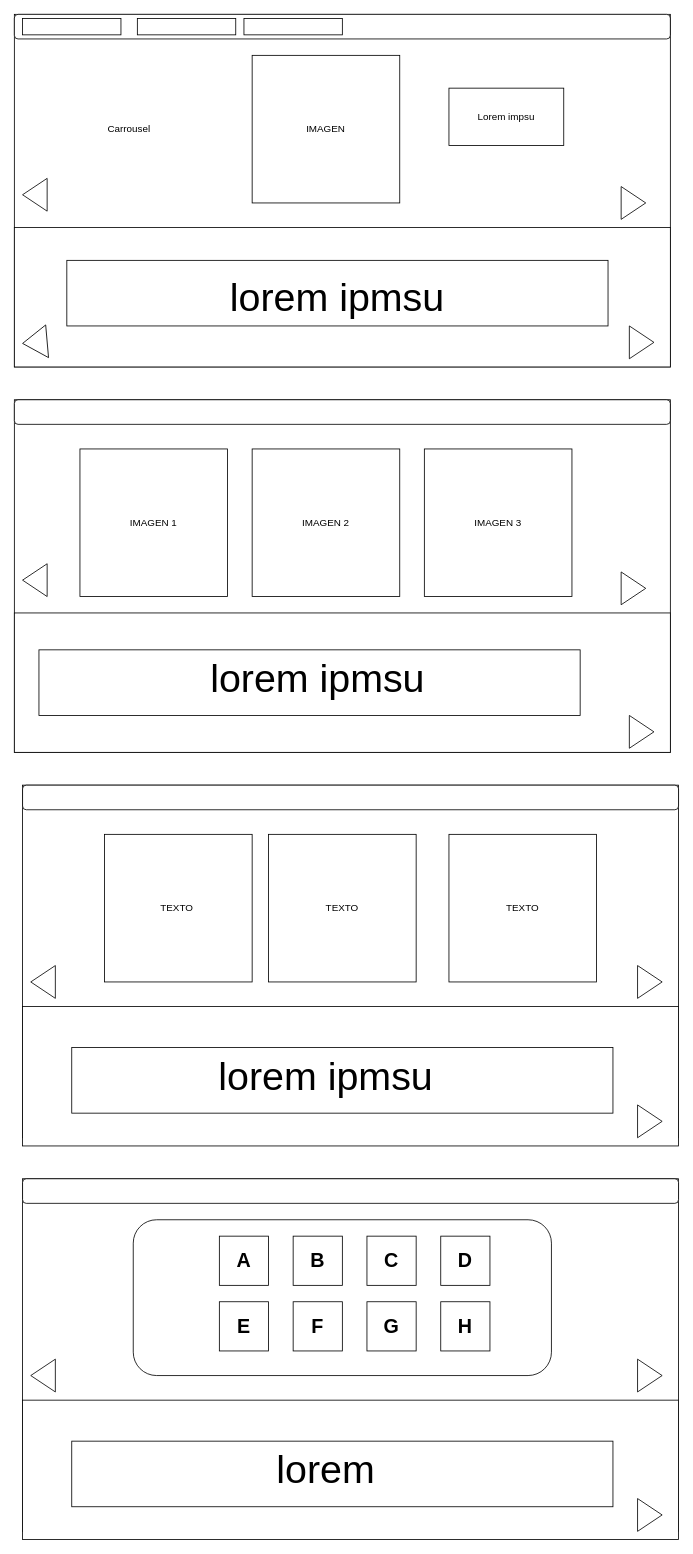
Above: Design/RPM APP Design.drawio in ssalanitri/TouchLearn (draw.io), before the change. Source tidied: cells renumbered, new cells numbered last; positions are measured from the earlier drawing's top-left corner, leaving out a move shared by most shapes. Both pictures are drawn from the tidied source at 82%, with x=0, y=0 at pixel (14, 14).
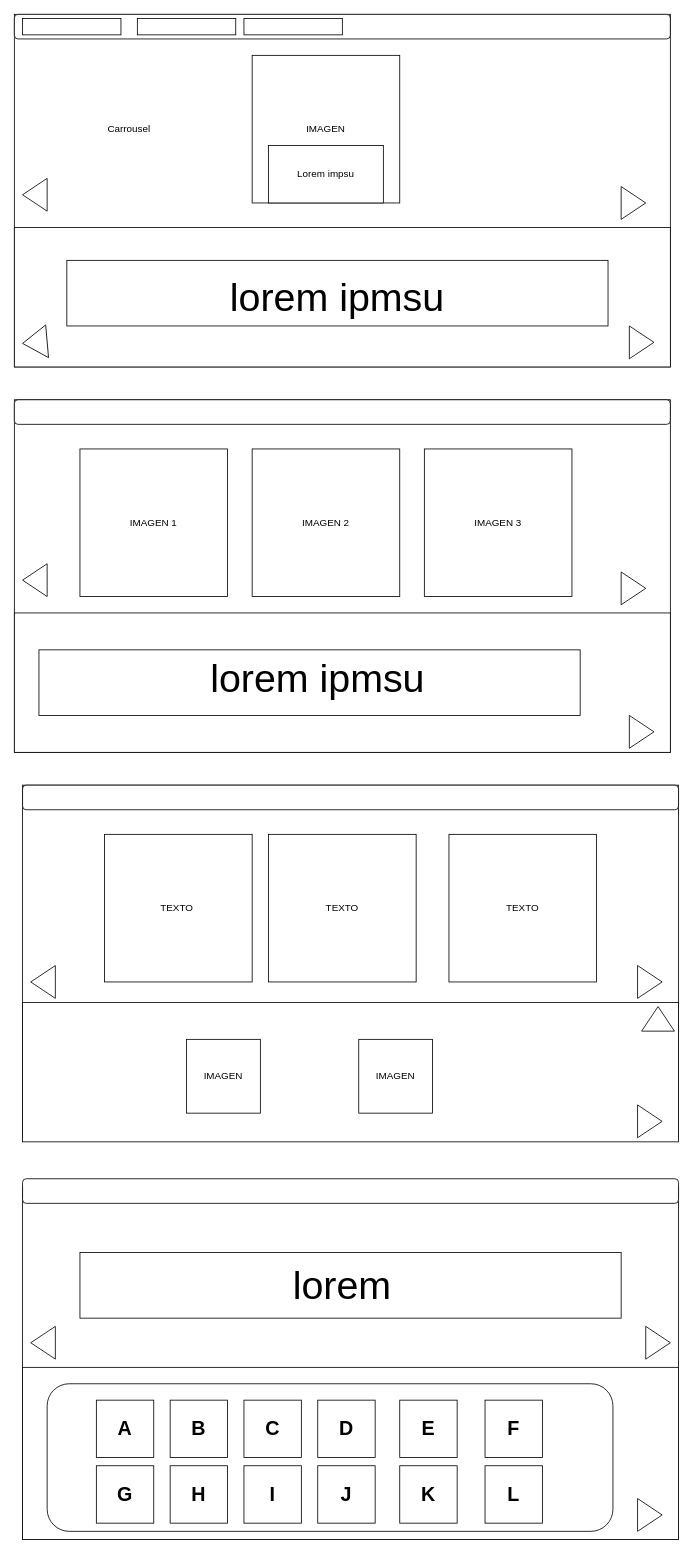
After the change.

Change to the diagram source:
```diff
@@
     <mxCell id="21" value="Lorem impsu" style="rounded=0;whiteSpace=wrap;html=1;" parent="1" vertex="1">
-      <mxGeometry x="530" y="90" width="140" height="70" as="geometry" />
+      <mxGeometry x="310" y="160" width="140" height="70" as="geometry" />
     </mxCell>
@@
     <mxCell id="29" style="rounded=0;whiteSpace=wrap;html=1;" parent="1" vertex="1">
-      <mxGeometry x="10" y="1210" width="800" height="170" as="geometry" />
+      <mxGeometry x="10" y="1205" width="800" height="170" as="geometry" />
     </mxCell>
@@
-    <mxCell id="35" style="rounded=0;whiteSpace=wrap;html=1;" parent="1" vertex="1">
-      <mxGeometry x="70" y="1260" width="660" height="80" as="geometry" />
-    </mxCell>
-    <mxCell id="36" value="&lt;font style=&quot;font-size: 48px&quot;&gt;lorem ipmsu&lt;/font&gt;" style="text;html=1;strokeColor=none;fillColor=none;align=center;verticalAlign=middle;whiteSpace=wrap;rounded=0;" parent="1" vertex="1">
-      <mxGeometry x="160" y="1285" width="440" height="20" as="geometry" />
-    </mxCell>
@@
     <mxCell id="39" style="rounded=0;whiteSpace=wrap;html=1;" parent="1" vertex="1">
-      <mxGeometry x="10" y="1420" width="800" height="430" as="geometry" />
+      <mxGeometry x="10" y="1430" width="800" height="430" as="geometry" />
     </mxCell>
@@
     <mxCell id="41" style="rounded=0;whiteSpace=wrap;html=1;" parent="1" vertex="1">
-      <mxGeometry x="10" y="1690" width="800" height="170" as="geometry" />
+      <mxGeometry x="10" y="1650" width="800" height="210" as="geometry" />
     </mxCell>
     <mxCell id="42" style="triangle;whiteSpace=wrap;html=1;rotation=-180;" parent="1" vertex="1">
-      <mxGeometry x="20" y="1640" width="30" height="40" as="geometry" />
+      <mxGeometry x="20" y="1600" width="30" height="40" as="geometry" />
     </mxCell>
     <mxCell id="43" style="rounded=0;whiteSpace=wrap;html=1;" parent="1" vertex="1">
-      <mxGeometry x="70" y="1740" width="660" height="80" as="geometry" />
+      <mxGeometry x="80" y="1510" width="660" height="80" as="geometry" />
     </mxCell>
     <mxCell id="44" value="&lt;font style=&quot;font-size: 48px&quot;&gt;lorem&lt;/font&gt;" style="text;html=1;strokeColor=none;fillColor=none;align=center;verticalAlign=middle;whiteSpace=wrap;rounded=0;" parent="1" vertex="1">
-      <mxGeometry x="160" y="1765" width="440" height="20" as="geometry" />
+      <mxGeometry x="180" y="1540" width="440" height="20" as="geometry" />
     </mxCell>
@@
     <mxCell id="46" style="triangle;whiteSpace=wrap;html=1;" parent="1" vertex="1">
-      <mxGeometry x="760" y="1640" width="30" height="40" as="geometry" />
+      <mxGeometry x="770" y="1600" width="30" height="40" as="geometry" />
     </mxCell>
     <mxCell id="47" style="rounded=1;whiteSpace=wrap;html=1;border=1;" parent="1" vertex="1">
-      <mxGeometry x="145" y="1470" width="510" height="190" as="geometry" />
+      <mxGeometry x="40" y="1670" width="690" height="180" as="geometry" />
     </mxCell>
     <mxCell id="48" value="&lt;font style=&quot;font-size: 24px&quot;&gt;&lt;b&gt;D&lt;/b&gt;&lt;/font&gt;" style="whiteSpace=wrap;html=1;" parent="1" vertex="1">
-      <mxGeometry x="520" y="1490" width="60" height="60" as="geometry" />
+      <mxGeometry x="370" y="1690" width="70" height="70" as="geometry" />
     </mxCell>
     <mxCell id="49" value="&lt;font style=&quot;font-size: 24px&quot;&gt;&lt;b&gt;C&lt;/b&gt;&lt;/font&gt;" style="whiteSpace=wrap;html=1;" parent="1" vertex="1">
-      <mxGeometry x="430" y="1490" width="60" height="60" as="geometry" />
+      <mxGeometry x="280" y="1690" width="70" height="70" as="geometry" />
     </mxCell>
     <mxCell id="50" value="&lt;font style=&quot;font-size: 24px&quot;&gt;&lt;b&gt;B&lt;/b&gt;&lt;/font&gt;" style="whiteSpace=wrap;html=1;" parent="1" vertex="1">
-      <mxGeometry x="340" y="1490" width="60" height="60" as="geometry" />
+      <mxGeometry x="190" y="1690" width="70" height="70" as="geometry" />
     </mxCell>
     <mxCell id="51" value="&lt;font style=&quot;font-size: 24px&quot;&gt;&lt;b&gt;A&lt;/b&gt;&lt;/font&gt;" style="whiteSpace=wrap;html=1;" parent="1" vertex="1">
-      <mxGeometry x="250" y="1490" width="60" height="60" as="geometry" />
+      <mxGeometry x="100" y="1690" width="70" height="70" as="geometry" />
     </mxCell>
     <mxCell id="52" value="&lt;font style=&quot;font-size: 24px&quot;&gt;&lt;b&gt;H&lt;/b&gt;&lt;/font&gt;" style="whiteSpace=wrap;html=1;" parent="1" vertex="1">
-      <mxGeometry x="520" y="1570" width="60" height="60" as="geometry" />
+      <mxGeometry x="190" y="1770" width="70" height="70" as="geometry" />
     </mxCell>
     <mxCell id="53" value="&lt;font style=&quot;font-size: 24px&quot;&gt;&lt;b&gt;G&lt;/b&gt;&lt;/font&gt;" style="whiteSpace=wrap;html=1;" parent="1" vertex="1">
-      <mxGeometry x="430" y="1570" width="60" height="60" as="geometry" />
+      <mxGeometry x="100" y="1770" width="70" height="70" as="geometry" />
     </mxCell>
     <mxCell id="54" value="&lt;font style=&quot;font-size: 24px&quot;&gt;&lt;b&gt;F&lt;/b&gt;&lt;/font&gt;" style="whiteSpace=wrap;html=1;" parent="1" vertex="1">
-      <mxGeometry x="340" y="1570" width="60" height="60" as="geometry" />
+      <mxGeometry x="574" y="1690" width="70" height="70" as="geometry" />
     </mxCell>
     <mxCell id="55" value="&lt;font style=&quot;font-size: 24px&quot;&gt;&lt;b&gt;E&lt;/b&gt;&lt;/font&gt;" style="whiteSpace=wrap;html=1;" parent="1" vertex="1">
-      <mxGeometry x="250" y="1570" width="60" height="60" as="geometry" />
+      <mxGeometry x="470" y="1690" width="70" height="70" as="geometry" />
     </mxCell>
+    <mxCell id="56" value="IMAGEN" style="whiteSpace=wrap;html=1;" parent="1" vertex="1">
+      <mxGeometry x="210" y="1250" width="90" height="90" as="geometry" />
+    </mxCell>
+    <mxCell id="57" value="IMAGEN" style="whiteSpace=wrap;html=1;" parent="1" vertex="1">
+      <mxGeometry x="420" y="1250" width="90" height="90" as="geometry" />
+    </mxCell>
+    <mxCell id="58" style="triangle;whiteSpace=wrap;html=1;rotation=-90;" parent="1" vertex="1">
+      <mxGeometry x="770" y="1205" width="30" height="40" as="geometry" />
+    </mxCell>
+    <mxCell id="59" value="&lt;font style=&quot;font-size: 24px&quot;&gt;&lt;b&gt;I&lt;/b&gt;&lt;/font&gt;" style="whiteSpace=wrap;html=1;" parent="1" vertex="1">
+      <mxGeometry x="280" y="1770" width="70" height="70" as="geometry" />
+    </mxCell>
+    <mxCell id="60" value="&lt;font style=&quot;font-size: 24px&quot;&gt;&lt;b&gt;J&lt;/b&gt;&lt;/font&gt;" style="whiteSpace=wrap;html=1;" parent="1" vertex="1">
+      <mxGeometry x="370" y="1770" width="70" height="70" as="geometry" />
+    </mxCell>
+    <mxCell id="61" value="&lt;font style=&quot;font-size: 24px&quot;&gt;&lt;b&gt;K&lt;/b&gt;&lt;/font&gt;" style="whiteSpace=wrap;html=1;" parent="1" vertex="1">
+      <mxGeometry x="470" y="1770" width="70" height="70" as="geometry" />
+    </mxCell>
+    <mxCell id="62" value="&lt;font style=&quot;font-size: 24px&quot;&gt;&lt;b&gt;L&lt;/b&gt;&lt;/font&gt;" style="whiteSpace=wrap;html=1;" parent="1" vertex="1">
+      <mxGeometry x="574" y="1770" width="70" height="70" as="geometry" />
+    </mxCell>
```
